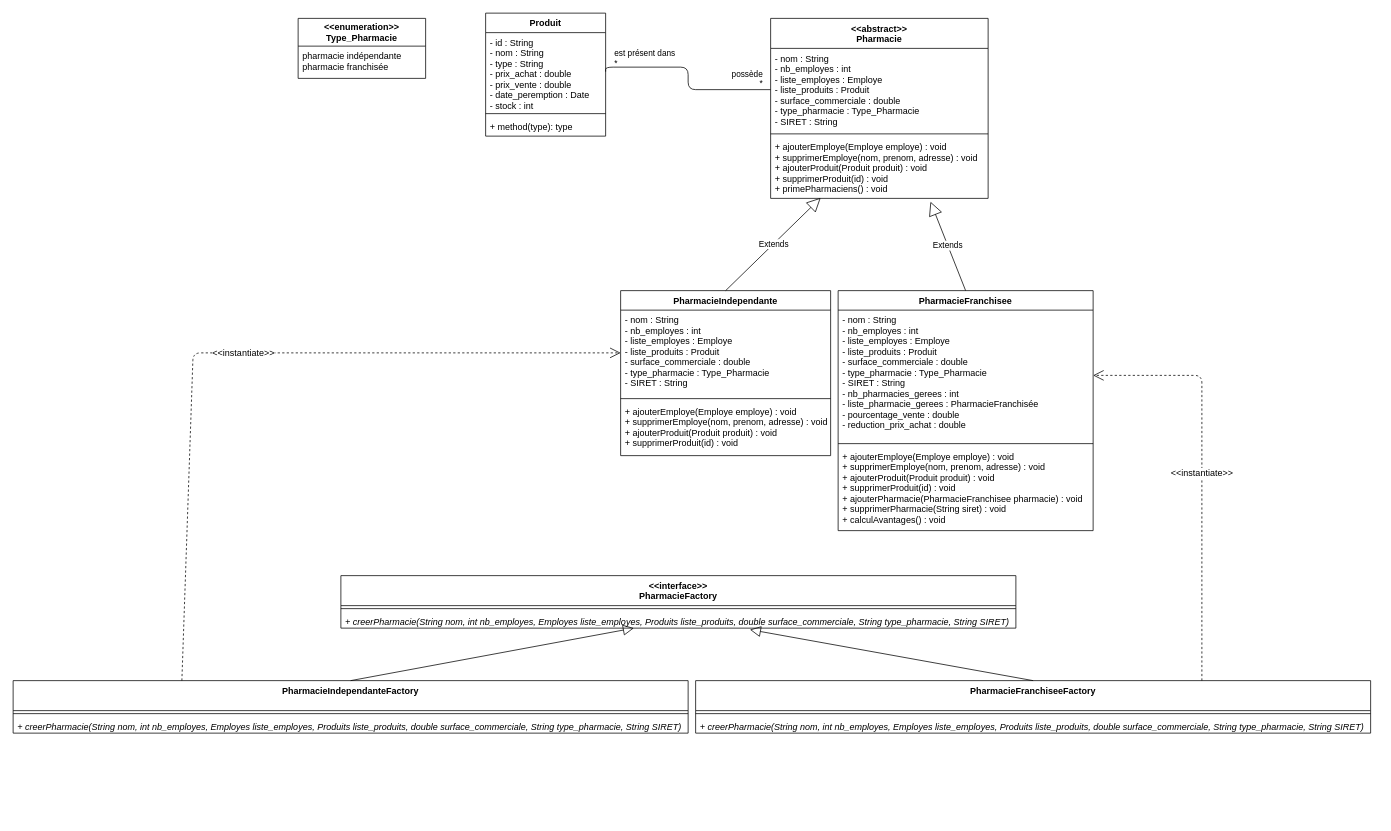
Before: src/diagrams/Produits_Pharmacies.drawio in uapv1705019/Projet-Design-Pattern-Avance, a draw.io diagram. Source tidied: cells renumbered, new cells numbered last; positions are measured from the earlier drawing's top-left corner, leaving out a move shared by most shapes. Both pictures are drawn from the tidied source at 75%, with x=0, y=0 at pixel (13, 13).
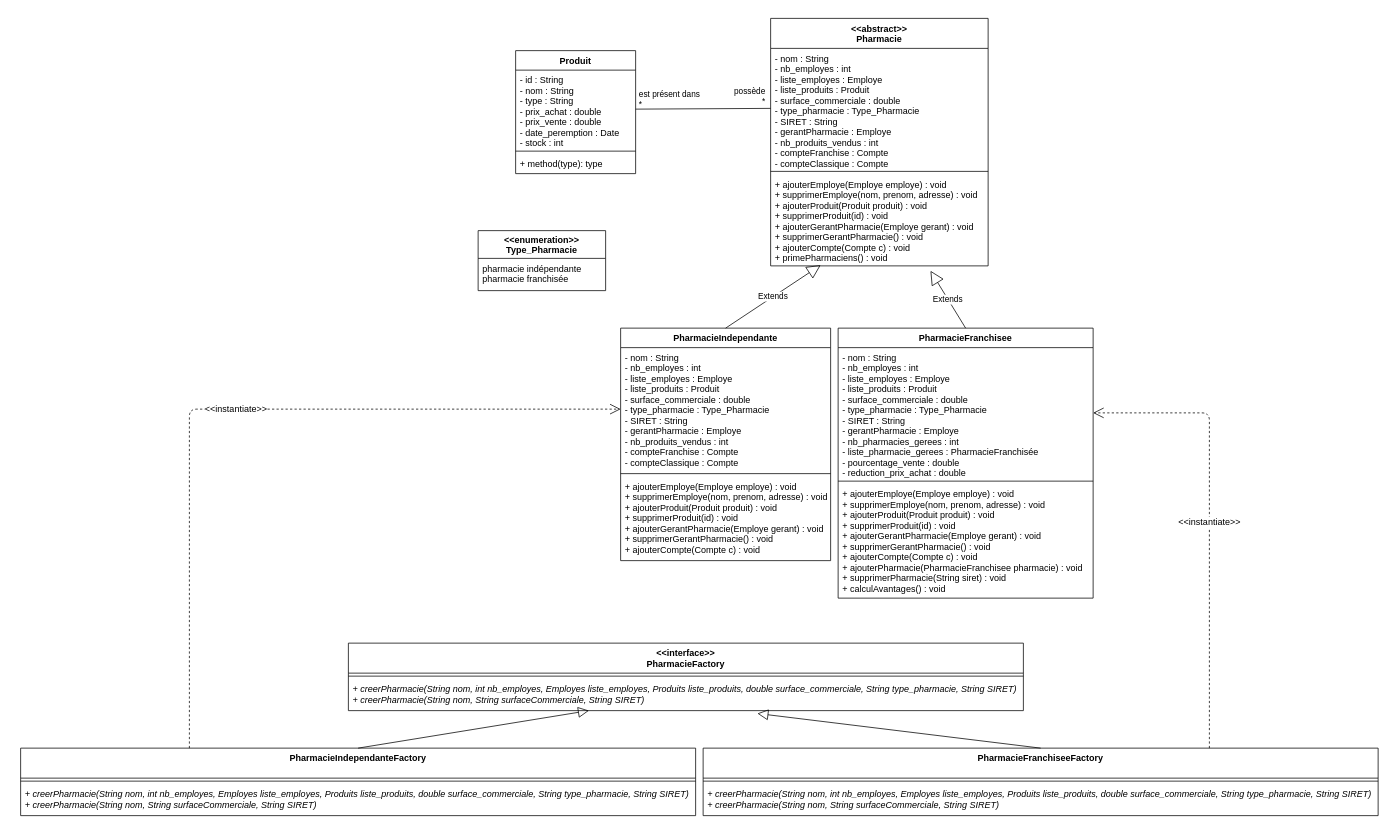
The same page after the edit.

Commit message (it also covers changes not shown here):
updated UML diagrams

Unchanged cells that the change refers to:
```xml
<mxCell id="3" value="- id : String&#10;- nom : String&#10;- type : String&#10;- prix_achat : double&#10;- prix_vente : double&#10;- date_peremption : Date&#10;- stock : int" style="text;strokeColor=none;fillColor=none;align=left;verticalAlign=top;spacingLeft=4;spacingRight=4;overflow=hidden;points=[[0,0.5],[1,0.5]];portConstraint=eastwest;" parent="2" vertex="1">
  <mxGeometry y="26" width="160" height="104" as="geometry" />
</mxCell>
```

What changed in the source:
```diff
@@
     <mxCell id="2" value="Produit" style="swimlane;fontStyle=1;align=center;verticalAlign=top;horizontal=1;startSize=26;" parent="1" vertex="1">
-      <mxGeometry x="630" width="160" height="164" as="geometry" />
+      <mxGeometry x="670" y="50" width="160" height="164" as="geometry" />
     </mxCell>
@@
     <mxCell id="6" value="&lt;&lt;abstract&gt;&gt;&#10;Pharmacie" style="swimlane;fontStyle=1;align=center;verticalAlign=top;horizontal=1;startSize=40;" parent="1" vertex="1">
-      <mxGeometry x="1010" y="7" width="290" height="240" as="geometry" />
+      <mxGeometry x="1010" y="7" width="290" height="330" as="geometry" />
     </mxCell>
-    <mxCell id="7" value="- nom : String&#10;- nb_employes : int&#10;- liste_employes : Employe&#10;- liste_produits : Produit&#10;- surface_commerciale : double&#10;- type_pharmacie : Type_Pharmacie&#10;- SIRET : String" style="text;strokeColor=none;fillColor=none;align=left;verticalAlign=top;spacingLeft=4;spacingRight=4;overflow=hidden;points=[[0,0.5],[1,0.5]];portConstraint=eastwest;" parent="6" vertex="1">
-      <mxGeometry y="40" width="290" height="110" as="geometry" />
+    <mxCell id="7" value="- nom : String&#10;- nb_employes : int&#10;- liste_employes : Employe&#10;- liste_produits : Produit&#10;- surface_commerciale : double&#10;- type_pharmacie : Type_Pharmacie&#10;- SIRET : String&#10;- gerantPharmacie : Employe&#10;- nb_produits_vendus : int&#10;- compteFranchise : Compte&#10;- compteClassique : Compte" style="text;strokeColor=none;fillColor=none;align=left;verticalAlign=top;spacingLeft=4;spacingRight=4;overflow=hidden;points=[[0,0.5],[1,0.5]];portConstraint=eastwest;" parent="6" vertex="1">
+      <mxGeometry y="40" width="290" height="160" as="geometry" />
     </mxCell>
     <mxCell id="8" style="line;strokeWidth=1;fillColor=none;align=left;verticalAlign=middle;spacingTop=-1;spacingLeft=3;spacingRight=3;labelPosition=right;" parent="6" vertex="1">
-      <mxGeometry y="150" width="290" height="8" as="geometry" />
+      <mxGeometry y="200" width="290" height="8" as="geometry" />
     </mxCell>
-    <mxCell id="9" value="+ ajouterEmploye(Employe employe) : void&#10;+ supprimerEmploye(nom, prenom, adresse) : void&#10;+ ajouterProduit(Produit produit) : void&#10;+ supprimerProduit(id) : void&#10;+ primePharmaciens() : void" style="text;strokeColor=none;fillColor=none;align=left;verticalAlign=top;spacingLeft=4;spacingRight=4;overflow=hidden;points=[[0,0.5],[1,0.5]];portConstraint=eastwest;" parent="6" vertex="1">
-      <mxGeometry y="158" width="290" height="82" as="geometry" />
+    <mxCell id="9" value="+ ajouterEmploye(Employe employe) : void&#10;+ supprimerEmploye(nom, prenom, adresse) : void&#10;+ ajouterProduit(Produit produit) : void&#10;+ supprimerProduit(id) : void&#10;+ ajouterGerantPharmacie(Employe gerant) : void&#10;+ supprimerGerantPharmacie() : void&#10;+ ajouterCompte(Compte c) : void&#10;+ primePharmaciens() : void" style="text;strokeColor=none;fillColor=none;align=left;verticalAlign=top;spacingLeft=4;spacingRight=4;overflow=hidden;points=[[0,0.5],[1,0.5]];portConstraint=eastwest;" parent="6" vertex="1">
+      <mxGeometry y="208" width="290" height="122" as="geometry" />
     </mxCell>
     <mxCell id="10" value="PharmacieIndependante" style="swimlane;fontStyle=1;align=center;verticalAlign=top;horizontal=1;startSize=26;" parent="1" vertex="1">
-      <mxGeometry x="810" y="370" width="280" height="220" as="geometry" />
+      <mxGeometry x="810" y="420" width="280" height="310" as="geometry" />
     </mxCell>
-    <mxCell id="11" value="- nom : String&#10;- nb_employes : int&#10;- liste_employes : Employe&#10;- liste_produits : Produit&#10;- surface_commerciale : double&#10;- type_pharmacie : Type_Pharmacie&#10;- SIRET : String" style="text;strokeColor=none;fillColor=none;align=left;verticalAlign=top;spacingLeft=4;spacingRight=4;overflow=hidden;points=[[0,0.5],[1,0.5]];portConstraint=eastwest;" parent="10" vertex="1">
-      <mxGeometry y="26" width="280" height="114" as="geometry" />
+    <mxCell id="11" value="- nom : String&#10;- nb_employes : int&#10;- liste_employes : Employe&#10;- liste_produits : Produit&#10;- surface_commerciale : double&#10;- type_pharmacie : Type_Pharmacie&#10;- SIRET : String&#10;- gerantPharmacie : Employe&#10;- nb_produits_vendus : int&#10;- compteFranchise : Compte&#10;- compteClassique : Compte" style="text;strokeColor=none;fillColor=none;align=left;verticalAlign=top;spacingLeft=4;spacingRight=4;overflow=hidden;points=[[0,0.5],[1,0.5]];portConstraint=eastwest;" parent="10" vertex="1">
+      <mxGeometry y="26" width="280" height="164" as="geometry" />
     </mxCell>
     <mxCell id="12" style="line;strokeWidth=1;fillColor=none;align=left;verticalAlign=middle;spacingTop=-1;spacingLeft=3;spacingRight=3;labelPosition=right;" parent="10" vertex="1">
-      <mxGeometry y="140" width="280" height="8" as="geometry" />
+      <mxGeometry y="190" width="280" height="8" as="geometry" />
     </mxCell>
-    <mxCell id="13" value="+ ajouterEmploye(Employe employe) : void&#10;+ supprimerEmploye(nom, prenom, adresse) : void&#10;+ ajouterProduit(Produit produit) : void&#10;+ supprimerProduit(id) : void" style="text;strokeColor=none;fillColor=none;align=left;verticalAlign=top;spacingLeft=4;spacingRight=4;overflow=hidden;" parent="10" vertex="1">
-      <mxGeometry y="148" width="280" height="72" as="geometry" />
+    <mxCell id="13" value="+ ajouterEmploye(Employe employe) : void&#10;+ supprimerEmploye(nom, prenom, adresse) : void&#10;+ ajouterProduit(Produit produit) : void&#10;+ supprimerProduit(id) : void&#10;+ ajouterGerantPharmacie(Employe gerant) : void&#10;+ supprimerGerantPharmacie() : void&#10;+ ajouterCompte(Compte c) : void" style="text;strokeColor=none;fillColor=none;align=left;verticalAlign=top;spacingLeft=4;spacingRight=4;overflow=hidden;" parent="10" vertex="1">
+      <mxGeometry y="198" width="280" height="112" as="geometry" />
     </mxCell>
     <mxCell id="14" value="PharmacieFranchisee" style="swimlane;fontStyle=1;align=center;verticalAlign=top;horizontal=1;startSize=26;" parent="1" vertex="1">
-      <mxGeometry x="1100" y="370" width="340" height="320" as="geometry" />
+      <mxGeometry x="1100" y="420" width="340" height="360" as="geometry" />
     </mxCell>
-    <mxCell id="15" value="- nom : String&#10;- nb_employes : int&#10;- liste_employes : Employe&#10;- liste_produits : Produit&#10;- surface_commerciale : double&#10;- type_pharmacie : Type_Pharmacie&#10;- SIRET : String&#10;- nb_pharmacies_gerees : int&#10;- liste_pharmacie_gerees : PharmacieFranchisée&#10;- pourcentage_vente : double&#10;- reduction_prix_achat : double&#10;" style="text;strokeColor=none;fillColor=none;align=left;verticalAlign=top;spacingLeft=4;spacingRight=4;overflow=hidden;points=[[0,0.5],[1,0.5]];portConstraint=eastwest;" parent="14" vertex="1">
+    <mxCell id="15" value="- nom : String&#10;- nb_employes : int&#10;- liste_employes : Employe&#10;- liste_produits : Produit&#10;- surface_commerciale : double&#10;- type_pharmacie : Type_Pharmacie&#10;- SIRET : String&#10;- gerantPharmacie : Employe&#10;- nb_pharmacies_gerees : int&#10;- liste_pharmacie_gerees : PharmacieFranchisée&#10;- pourcentage_vente : double&#10;- reduction_prix_achat : double&#10;" style="text;strokeColor=none;fillColor=none;align=left;verticalAlign=top;spacingLeft=4;spacingRight=4;overflow=hidden;points=[[0,0.5],[1,0.5]];portConstraint=eastwest;" parent="14" vertex="1">
       <mxGeometry y="26" width="340" height="174" as="geometry" />
     </mxCell>
@@
-    <mxCell id="17" value="+ ajouterEmploye(Employe employe) : void&#10;+ supprimerEmploye(nom, prenom, adresse) : void&#10;+ ajouterProduit(Produit produit) : void&#10;+ supprimerProduit(id) : void&#10;+ ajouterPharmacie(PharmacieFranchisee pharmacie) : void&#10;+ supprimerPharmacie(String siret) : void&#10;+ calculAvantages() : void" style="text;strokeColor=none;fillColor=none;align=left;verticalAlign=top;spacingLeft=4;spacingRight=4;overflow=hidden;" parent="14" vertex="1">
-      <mxGeometry y="208" width="340" height="112" as="geometry" />
+    <mxCell id="17" value="+ ajouterEmploye(Employe employe) : void&#10;+ supprimerEmploye(nom, prenom, adresse) : void&#10;+ ajouterProduit(Produit produit) : void&#10;+ supprimerProduit(id) : void&#10;+ ajouterGerantPharmacie(Employe gerant) : void&#10;+ supprimerGerantPharmacie() : void&#10;+ ajouterCompte(Compte c) : void&#10;+ ajouterPharmacie(PharmacieFranchisee pharmacie) : void&#10;+ supprimerPharmacie(String siret) : void&#10;+ calculAvantages() : void" style="text;strokeColor=none;fillColor=none;align=left;verticalAlign=top;spacingLeft=4;spacingRight=4;overflow=hidden;" parent="14" vertex="1">
+      <mxGeometry y="208" width="340" height="152" as="geometry" />
     </mxCell>
@@
-    <mxCell id="20" style="endArrow=none;html=1;edgeStyle=orthogonalEdgeStyle;exitX=1;exitY=0.5;exitDx=0;exitDy=0;entryX=0;entryY=0.5;entryDx=0;entryDy=0;" parent="1" edge="1" source="3" target="7">
-      <mxGeometry relative="1" as="geometry">
-        <Array as="points">
-          <mxPoint x="790" y="72" />
-          <mxPoint x="900" y="72" />
-          <mxPoint x="900" y="102" />
-        </Array>
-      </mxGeometry>
-    </mxCell>
-    <mxCell id="21" value="est présent dans&lt;br&gt;*" style="edgeLabel;html=1;align=left;verticalAlign=bottom;labelBackgroundColor=none;" parent="20" vertex="1">
-      <mxGeometry x="-1" relative="1" as="geometry">
-        <mxPoint x="10" y="-3" as="offset" />
-      </mxGeometry>
-    </mxCell>
-    <mxCell id="22" value="possède&lt;br&gt;*" style="edgeLabel;html=1;align=right;verticalAlign=bottom;labelBackgroundColor=none;" parent="20" vertex="1">
-      <mxGeometry x="1" relative="1" as="geometry">
-        <mxPoint x="-10" as="offset" />
-      </mxGeometry>
-    </mxCell>
     <mxCell id="23" value="&lt;&lt;enumeration&gt;&gt;&#10;Type_Pharmacie" style="swimlane;fontStyle=1;horizontal=1;startSize=37;fillColor=none;" parent="1" vertex="1">
-      <mxGeometry x="380" y="7" width="170" height="80" as="geometry" />
+      <mxGeometry x="620" y="290" width="170" height="80" as="geometry" />
     </mxCell>
@@
     <mxCell id="25" value="&lt;&lt;interface&gt;&gt;&#10;PharmacieFactory" style="swimlane;fontStyle=1;align=center;verticalAlign=top;horizontal=1;startSize=40;fontSize=12;" parent="1" vertex="1">
-      <mxGeometry x="437" y="750" width="900" height="70" as="geometry" />
+      <mxGeometry x="447" y="840" width="900" height="90" as="geometry" />
     </mxCell>
@@
-    <mxCell id="27" value="+ creerPharmacie(String nom, int nb_employes, Employes liste_employes, Produits liste_produits, double surface_commerciale, String type_pharmacie, String SIRET)" style="text;strokeColor=none;fillColor=none;align=left;verticalAlign=top;spacingLeft=4;spacingRight=4;overflow=hidden;points=[[0,0.5],[1,0.5]];portConstraint=eastwest;fontStyle=2;" parent="25" vertex="1">
-      <mxGeometry y="48" width="900" height="22" as="geometry" />
+    <mxCell id="27" value="+ creerPharmacie(String nom, int nb_employes, Employes liste_employes, Produits liste_produits, double surface_commerciale, String type_pharmacie, String SIRET)&#10;+ creerPharmacie(String nom, String surfaceCommerciale, String SIRET)" style="text;strokeColor=none;fillColor=none;align=left;verticalAlign=top;spacingLeft=4;spacingRight=4;overflow=hidden;points=[[0,0.5],[1,0.5]];portConstraint=eastwest;fontStyle=2;" parent="25" vertex="1">
+      <mxGeometry y="48" width="900" height="42" as="geometry" />
     </mxCell>
     <mxCell id="28" value="PharmacieIndependanteFactory" style="swimlane;fontStyle=1;align=center;verticalAlign=top;horizontal=1;startSize=40;fontSize=12;" parent="1" vertex="1">
-      <mxGeometry y="890" width="900" height="70" as="geometry" />
+      <mxGeometry x="10" y="980" width="900" height="90" as="geometry" />
     </mxCell>
@@
-    <mxCell id="30" value="+ creerPharmacie(String nom, int nb_employes, Employes liste_employes, Produits liste_produits, double surface_commerciale, String type_pharmacie, String SIRET)" style="text;strokeColor=none;fillColor=none;align=left;verticalAlign=top;spacingLeft=4;spacingRight=4;overflow=hidden;fontStyle=2;" parent="28" vertex="1">
-      <mxGeometry y="48" width="900" height="22" as="geometry" />
+    <mxCell id="30" value="+ creerPharmacie(String nom, int nb_employes, Employes liste_employes, Produits liste_produits, double surface_commerciale, String type_pharmacie, String SIRET)&#10;+ creerPharmacie(String nom, String surfaceCommerciale, String SIRET)" style="text;strokeColor=none;fillColor=none;align=left;verticalAlign=top;spacingLeft=4;spacingRight=4;overflow=hidden;fontStyle=2;" parent="28" vertex="1">
+      <mxGeometry y="48" width="900" height="42" as="geometry" />
     </mxCell>
     <mxCell id="31" value="PharmacieFranchiseeFactory" style="swimlane;fontStyle=1;align=center;verticalAlign=top;horizontal=1;startSize=40;fontSize=12;" parent="1" vertex="1">
-      <mxGeometry x="910" y="890" width="900" height="70" as="geometry" />
+      <mxGeometry x="920" y="980" width="900" height="90" as="geometry" />
     </mxCell>
@@
-    <mxCell id="33" value="+ creerPharmacie(String nom, int nb_employes, Employes liste_employes, Produits liste_produits, double surface_commerciale, String type_pharmacie, String SIRET)" style="text;strokeColor=none;fillColor=none;align=left;verticalAlign=top;spacingLeft=4;spacingRight=4;overflow=hidden;fontStyle=2;" parent="31" vertex="1">
-      <mxGeometry y="48" width="900" height="22" as="geometry" />
+    <mxCell id="33" value="+ creerPharmacie(String nom, int nb_employes, Employes liste_employes, Produits liste_produits, double surface_commerciale, String type_pharmacie, String SIRET)&#10;+ creerPharmacie(String nom, String surfaceCommerciale, String SIRET)" style="text;strokeColor=none;fillColor=none;align=left;verticalAlign=top;spacingLeft=4;spacingRight=4;overflow=hidden;fontStyle=2;" parent="31" vertex="1">
+      <mxGeometry y="48" width="900" height="42" as="geometry" />
     </mxCell>
@@
     <mxCell id="36" value="&amp;lt;&amp;lt;instantiate&amp;gt;&amp;gt;" style="endArrow=open;endSize=12;dashed=1;html=1;fontSize=12;exitX=0.25;exitY=0;exitDx=0;exitDy=0;entryX=0;entryY=0.5;entryDx=0;entryDy=0;" parent="1" edge="1" source="28" target="11">
       <mxGeometry relative="1" as="geometry">
         <Array as="points">
-          <mxPoint x="240" y="453" />
+          <mxPoint x="235" y="528" />
         </Array>
       </mxGeometry>
     </mxCell>
     <mxCell id="37" value="&amp;lt;&amp;lt;instantiate&amp;gt;&amp;gt;" style="endArrow=open;endSize=12;dashed=1;html=1;fontSize=12;exitX=0.75;exitY=0;exitDx=0;exitDy=0;entryX=1;entryY=0.5;entryDx=0;entryDy=0;" parent="1" edge="1" source="31" target="15">
       <mxGeometry relative="1" as="geometry">
         <Array as="points">
-          <mxPoint x="1585" y="483" />
+          <mxPoint x="1595" y="533" />
         </Array>
       </mxGeometry>
     </mxCell>
+    <mxCell id="20" style="endArrow=none;html=1;entryX=0;entryY=0.5;entryDx=0;entryDy=0;exitX=1;exitY=0.5;exitDx=0;exitDy=0;" parent="1" edge="1" source="3" target="7">
+      <mxGeometry relative="1" as="geometry" />
+    </mxCell>
+    <mxCell id="22" value="possède&lt;br&gt;&lt;div style=&quot;text-align: right&quot;&gt;*&lt;/div&gt;" style="edgeLabel;html=1;align=center;verticalAlign=middle;labelBackgroundColor=none;" parent="20" vertex="1">
+      <mxGeometry x="0.55" y="-4" relative="1" as="geometry">
+        <mxPoint x="11" y="-21.2" as="offset" />
+      </mxGeometry>
+    </mxCell>
+    <mxCell id="21" value="est présent dans&lt;br&gt;&lt;div style=&quot;text-align: left&quot;&gt;*&lt;/div&gt;" style="edgeLabel;html=1;align=center;verticalAlign=middle;labelBackgroundColor=none;" parent="20" vertex="1">
+      <mxGeometry x="-0.78" relative="1" as="geometry">
+        <mxPoint x="24.6" y="-13.4" as="offset" />
+      </mxGeometry>
+    </mxCell>
```
